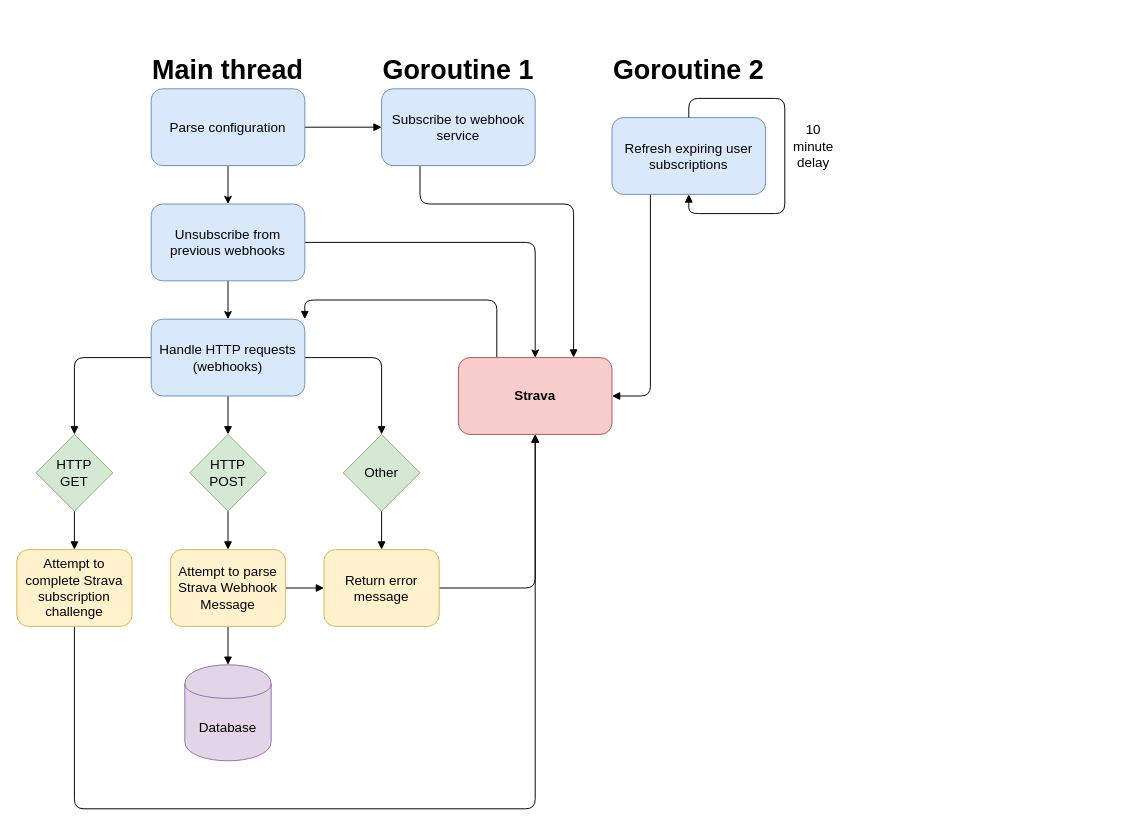
Before: doc/FlowDiagram.drawio in bikedataproject/go-strava-daemon, a draw.io diagram. Source tidied: cells renumbered, new cells numbered last; positions are measured from the earlier drawing's top-left corner, leaving out a move shared by most shapes. Both pictures are drawn from the tidied source at 96%, with x=0, y=0 at pixel (16, 60).
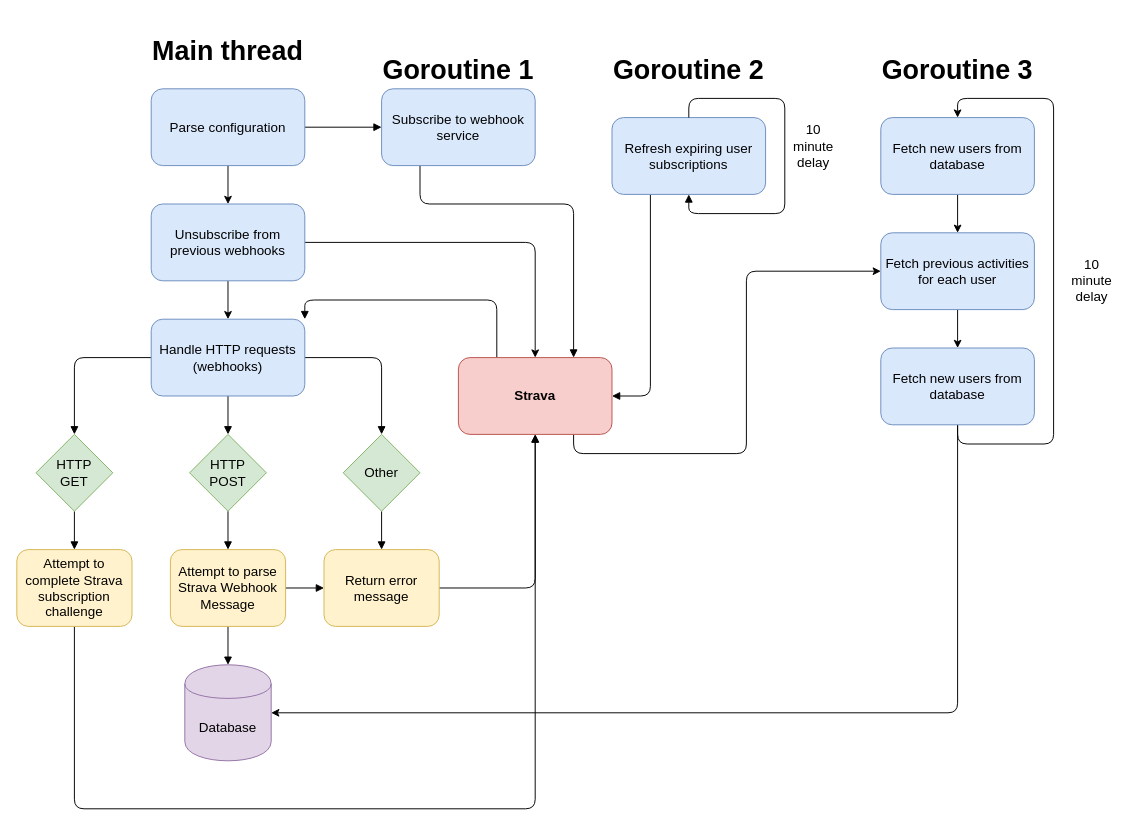
Above is the later version.

Commit message (it also covers changes not shown here):
Updated docs with new flow diagram

The change refers to these unchanged cells:
```xml
<mxCell id="3" value="Strava" style="rounded=1;whiteSpace=wrap;html=1;fillColor=#f8cecc;strokeColor=#b85450;fontStyle=1;fontFamily=Ubuntu;fontSize=14;" parent="1" vertex="1">
  <mxGeometry x="460" y="310" width="160" height="80" as="geometry" />
</mxCell>
<mxCell id="27" value="Database" style="shape=cylinder;whiteSpace=wrap;html=1;boundedLbl=1;backgroundOutline=1;fontFamily=Ubuntu;fontSize=14;fillColor=#e1d5e7;strokeColor=#9673a6;" parent="1" vertex="1">
  <mxGeometry x="175" y="630" width="90" height="100" as="geometry" />
</mxCell>
```

Diff of the diagram source:
```diff
@@
+    <mxCell id="37" style="edgeStyle=orthogonalEdgeStyle;rounded=1;jettySize=auto;html=1;exitX=0.75;exitY=1;exitDx=0;exitDy=0;entryX=0;entryY=0.5;entryDx=0;entryDy=0;" parent="1" edge="1" source="3" target="42">
+      <mxGeometry relative="1" as="geometry" />
+    </mxCell>
@@
     <mxCell id="30" value="&lt;h1&gt;Main thread&lt;/h1&gt;" style="text;html=1;strokeColor=none;fillColor=none;align=center;verticalAlign=middle;whiteSpace=wrap;rounded=0;fontFamily=Ubuntu;fontSize=14;" parent="1" vertex="1">
-      <mxGeometry x="140" width="160" height="20" as="geometry" />
+      <mxGeometry x="140" y="-20" width="160" height="20" as="geometry" />
     </mxCell>
@@
+    <mxCell id="38" value="&lt;h1&gt;Goroutine 3&lt;/h1&gt;" style="text;html=1;strokeColor=none;fillColor=none;align=center;verticalAlign=middle;whiteSpace=wrap;rounded=0;fontFamily=Ubuntu;fontSize=14;" parent="1" vertex="1">
+      <mxGeometry x="900" width="160" height="20" as="geometry" />
+    </mxCell>
+    <mxCell id="39" style="edgeStyle=orthogonalEdgeStyle;rounded=0;jettySize=auto;html=1;entryX=0.5;entryY=0;entryDx=0;entryDy=0;" parent="1" edge="1" source="40" target="42">
+      <mxGeometry relative="1" as="geometry" />
+    </mxCell>
+    <mxCell id="40" value="Fetch new users from database" style="rounded=1;whiteSpace=wrap;html=1;fillColor=#dae8fc;strokeColor=#6c8ebf;fontFamily=Ubuntu;fontSize=14;" parent="1" vertex="1">
+      <mxGeometry x="900" y="60" width="160" height="80" as="geometry" />
+    </mxCell>
+    <mxCell id="41" style="edgeStyle=orthogonalEdgeStyle;rounded=1;jettySize=auto;html=1;entryX=0.5;entryY=0;entryDx=0;entryDy=0;" parent="1" edge="1" source="42" target="46">
+      <mxGeometry relative="1" as="geometry" />
+    </mxCell>
+    <mxCell id="42" value="Fetch previous activities for each user" style="rounded=1;whiteSpace=wrap;html=1;fillColor=#dae8fc;strokeColor=#6c8ebf;fontFamily=Ubuntu;fontSize=14;" parent="1" vertex="1">
+      <mxGeometry x="900" y="180" width="160" height="80" as="geometry" />
+    </mxCell>
+    <mxCell id="43" value="10 minute delay" style="text;html=1;strokeColor=none;fillColor=none;align=center;verticalAlign=middle;whiteSpace=wrap;rounded=0;fontFamily=Ubuntu;fontSize=14;" parent="1" vertex="1">
+      <mxGeometry x="1100" y="220" width="40" height="20" as="geometry" />
+    </mxCell>
+    <mxCell id="44" style="edgeStyle=orthogonalEdgeStyle;rounded=1;jettySize=auto;html=1;entryX=1;entryY=0.5;entryDx=0;entryDy=0;" parent="1" edge="1" source="46" target="27">
+      <mxGeometry relative="1" as="geometry">
+        <Array as="points">
+          <mxPoint x="980" y="680" />
+        </Array>
+      </mxGeometry>
+    </mxCell>
+    <mxCell id="45" style="edgeStyle=orthogonalEdgeStyle;rounded=1;jettySize=auto;html=1;exitX=0.5;exitY=1;exitDx=0;exitDy=0;entryX=0.5;entryY=0;entryDx=0;entryDy=0;" parent="1" edge="1" source="46" target="40">
+      <mxGeometry relative="1" as="geometry">
+        <Array as="points">
+          <mxPoint x="980" y="400" />
+          <mxPoint x="1080" y="400" />
+          <mxPoint x="1080" y="40" />
+          <mxPoint x="980" y="40" />
+        </Array>
+      </mxGeometry>
+    </mxCell>
+    <mxCell id="46" value="Fetch new users from database" style="rounded=1;whiteSpace=wrap;html=1;fillColor=#dae8fc;strokeColor=#6c8ebf;fontFamily=Ubuntu;fontSize=14;" parent="1" vertex="1">
+      <mxGeometry x="900" y="300" width="160" height="80" as="geometry" />
+    </mxCell>
```
